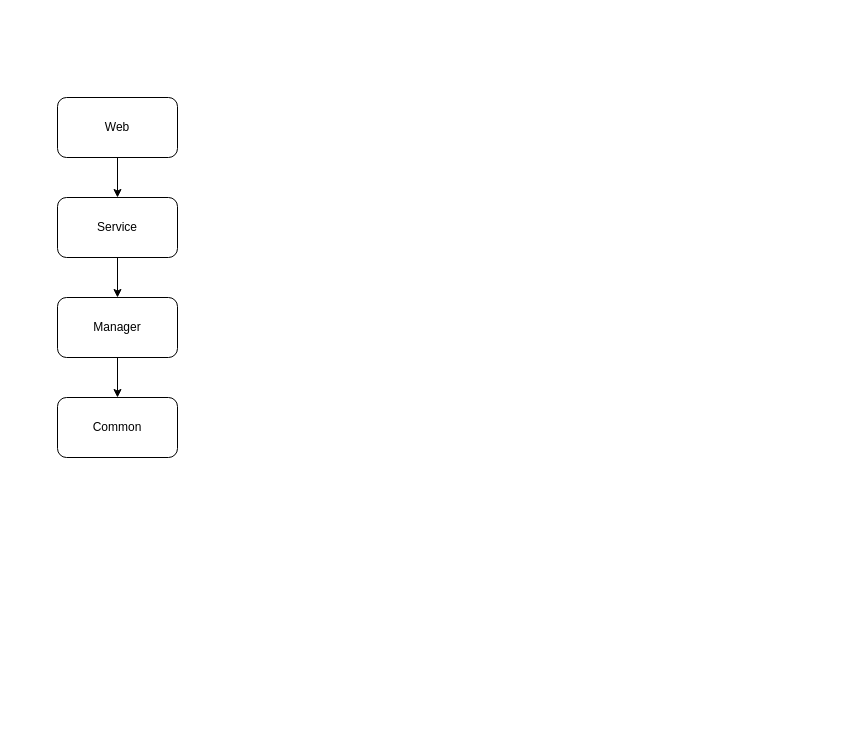
This is extractor.drawio from wangbin2188/draw, a draw.io file, before an edit. Source tidied: cells renumbered, new cells numbered last; positions are measured from the earlier drawing's top-left corner, leaving out a move shared by most shapes. Both pictures are drawn from the tidied source at 100%, with x=0, y=0 at pixel (57, 97).
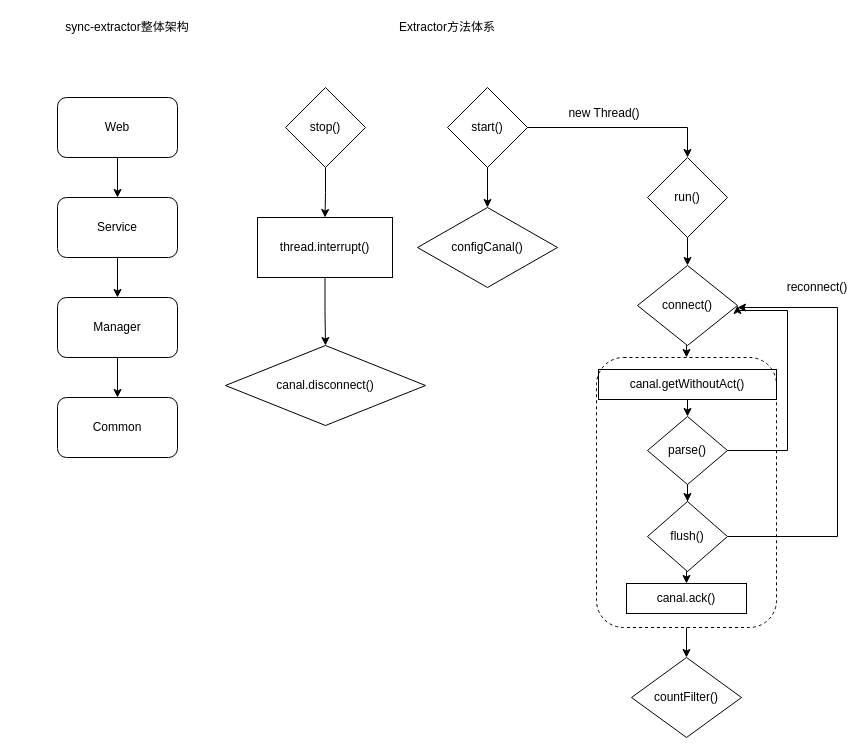
Above is the later version.

Change to the diagram source:
```diff
@@
+    <mxCell id="9" style="edgeStyle=orthogonalEdgeStyle;rounded=0;jettySize=auto;html=1;exitX=0.5;exitY=1;exitDx=0;exitDy=0;entryX=0.5;entryY=0;entryDx=0;entryDy=0;" parent="1" edge="1" source="10" target="29">
+      <mxGeometry relative="1" as="geometry" />
+    </mxCell>
+    <mxCell id="10" value="&lt;span style=&quot;white-space: normal&quot;&gt;&lt;br&gt;&lt;/span&gt;" style="rounded=1;whiteSpace=wrap;html=1;fillColor=none;dashed=1;" parent="1" vertex="1">
+      <mxGeometry x="539" y="260" width="180" height="270" as="geometry" />
+    </mxCell>
@@
+    <mxCell id="11" value="sync-extractor整体架构" style="text;html=1;strokeColor=none;fillColor=none;align=center;verticalAlign=middle;whiteSpace=wrap;rounded=0;" parent="1" vertex="1">
+      <mxGeometry x="-40" y="-80" width="220" height="20" as="geometry" />
+    </mxCell>
+    <mxCell id="12" style="edgeStyle=orthogonalEdgeStyle;rounded=0;jettySize=auto;html=1;entryX=0.5;entryY=0;entryDx=0;entryDy=0;exitX=1;exitY=0.5;exitDx=0;exitDy=0;" parent="1" edge="1" source="14" target="18">
+      <mxGeometry relative="1" as="geometry">
+        <Array as="points">
+          <mxPoint x="630" y="30" />
+        </Array>
+      </mxGeometry>
+    </mxCell>
+    <mxCell id="13" style="edgeStyle=orthogonalEdgeStyle;rounded=0;jettySize=auto;html=1;exitX=0.5;exitY=1;exitDx=0;exitDy=0;entryX=0.5;entryY=0;entryDx=0;entryDy=0;" parent="1" edge="1" source="14" target="16">
+      <mxGeometry relative="1" as="geometry" />
+    </mxCell>
+    <mxCell id="14" value="start()" style="rhombus;whiteSpace=wrap;html=1;" parent="1" vertex="1">
+      <mxGeometry x="390" y="-10" width="80" height="80" as="geometry" />
+    </mxCell>
+    <mxCell id="15" value="Extractor方法体系" style="text;html=1;strokeColor=none;fillColor=none;align=center;verticalAlign=middle;whiteSpace=wrap;rounded=0;" parent="1" vertex="1">
+      <mxGeometry x="315" y="-80" width="150" height="20" as="geometry" />
+    </mxCell>
+    <mxCell id="16" value="configCanal()" style="rhombus;whiteSpace=wrap;html=1;" parent="1" vertex="1">
+      <mxGeometry x="360" y="110" width="140" height="80" as="geometry" />
+    </mxCell>
+    <mxCell id="17" style="edgeStyle=orthogonalEdgeStyle;rounded=0;jettySize=auto;html=1;exitX=0.5;exitY=1;exitDx=0;exitDy=0;entryX=0.5;entryY=0;entryDx=0;entryDy=0;" parent="1" edge="1" source="18" target="20">
+      <mxGeometry relative="1" as="geometry" />
+    </mxCell>
+    <mxCell id="18" value="run()" style="rhombus;whiteSpace=wrap;html=1;" parent="1" vertex="1">
+      <mxGeometry x="590" y="60" width="80" height="80" as="geometry" />
+    </mxCell>
+    <mxCell id="19" style="edgeStyle=orthogonalEdgeStyle;rounded=0;jettySize=auto;html=1;exitX=0.5;exitY=1;exitDx=0;exitDy=0;entryX=0.5;entryY=0;entryDx=0;entryDy=0;" parent="1" edge="1" source="20" target="10">
+      <mxGeometry relative="1" as="geometry" />
+    </mxCell>
+    <mxCell id="20" value="connect()" style="rhombus;whiteSpace=wrap;html=1;" parent="1" vertex="1">
+      <mxGeometry x="580" y="168" width="100" height="80" as="geometry" />
+    </mxCell>
+    <mxCell id="21" style="edgeStyle=orthogonalEdgeStyle;rounded=0;jettySize=auto;html=1;entryX=1;entryY=0.5;entryDx=0;entryDy=0;exitX=1;exitY=0.5;exitDx=0;exitDy=0;" parent="1" edge="1" source="23" target="20">
+      <mxGeometry relative="1" as="geometry">
+        <Array as="points">
+          <mxPoint x="730" y="353" />
+          <mxPoint x="730" y="213" />
+          <mxPoint x="680" y="213" />
+        </Array>
+      </mxGeometry>
+    </mxCell>
+    <mxCell id="22" style="edgeStyle=orthogonalEdgeStyle;rounded=0;jettySize=auto;html=1;entryX=0.5;entryY=0;entryDx=0;entryDy=0;" parent="1" edge="1" source="23" target="26">
+      <mxGeometry relative="1" as="geometry" />
+    </mxCell>
+    <mxCell id="23" value="parse()" style="rhombus;whiteSpace=wrap;html=1;" parent="1" vertex="1">
+      <mxGeometry x="590" y="319" width="80" height="68" as="geometry" />
+    </mxCell>
+    <mxCell id="24" style="edgeStyle=orthogonalEdgeStyle;rounded=0;jettySize=auto;html=1;exitX=1;exitY=0.5;exitDx=0;exitDy=0;" parent="1" edge="1" source="26">
+      <mxGeometry relative="1" as="geometry">
+        <mxPoint x="680" y="210" as="targetPoint" />
+        <Array as="points">
+          <mxPoint x="780" y="439" />
+          <mxPoint x="780" y="210" />
+        </Array>
+      </mxGeometry>
+    </mxCell>
+    <mxCell id="25" style="edgeStyle=orthogonalEdgeStyle;rounded=0;jettySize=auto;html=1;exitX=0.5;exitY=1;exitDx=0;exitDy=0;entryX=0.5;entryY=0;entryDx=0;entryDy=0;" parent="1" edge="1" source="26" target="35">
+      <mxGeometry relative="1" as="geometry" />
+    </mxCell>
+    <mxCell id="26" value="flush()" style="rhombus;whiteSpace=wrap;html=1;" parent="1" vertex="1">
+      <mxGeometry x="590" y="404" width="80" height="70" as="geometry" />
+    </mxCell>
+    <mxCell id="27" value="new Thread()" style="text;html=1;strokeColor=none;fillColor=none;align=center;verticalAlign=middle;whiteSpace=wrap;rounded=0;" parent="1" vertex="1">
+      <mxGeometry x="492" y="6" width="110" height="20" as="geometry" />
+    </mxCell>
+    <mxCell id="28" value="reconnect()" style="text;html=1;strokeColor=none;fillColor=none;align=center;verticalAlign=middle;whiteSpace=wrap;rounded=0;" parent="1" vertex="1">
+      <mxGeometry x="740" y="180" width="40" height="20" as="geometry" />
+    </mxCell>
+    <mxCell id="29" value="countFilter()" style="rhombus;whiteSpace=wrap;html=1;" parent="1" vertex="1">
+      <mxGeometry x="574" y="560" width="110" height="80" as="geometry" />
+    </mxCell>
+    <mxCell id="30" style="edgeStyle=orthogonalEdgeStyle;rounded=0;jettySize=auto;html=1;entryX=0.5;entryY=0;entryDx=0;entryDy=0;" parent="1" edge="1" source="31" target="33">
+      <mxGeometry relative="1" as="geometry" />
+    </mxCell>
+    <mxCell id="31" value="stop()" style="rhombus;whiteSpace=wrap;html=1;" parent="1" vertex="1">
+      <mxGeometry x="228" y="-10" width="80" height="80" as="geometry" />
+    </mxCell>
+    <mxCell id="32" style="edgeStyle=orthogonalEdgeStyle;rounded=0;jettySize=auto;html=1;entryX=0.5;entryY=0;entryDx=0;entryDy=0;" parent="1" edge="1" source="33" target="34">
+      <mxGeometry relative="1" as="geometry" />
+    </mxCell>
+    <mxCell id="33" value="thread.interrupt()" style="rounded=0;whiteSpace=wrap;html=1;fillColor=none;" parent="1" vertex="1">
+      <mxGeometry x="200" y="120" width="135" height="60" as="geometry" />
+    </mxCell>
+    <mxCell id="34" value="canal.disconnect()" style="rhombus;whiteSpace=wrap;html=1;fillColor=none;" parent="1" vertex="1">
+      <mxGeometry x="168" y="248" width="200" height="80" as="geometry" />
+    </mxCell>
+    <mxCell id="35" value="&lt;span style=&quot;white-space: normal&quot;&gt;canal.ack()&lt;/span&gt;" style="rounded=0;whiteSpace=wrap;html=1;fillColor=none;" parent="1" vertex="1">
+      <mxGeometry x="569" y="486" width="120" height="30" as="geometry" />
+    </mxCell>
+    <mxCell id="36" style="edgeStyle=orthogonalEdgeStyle;rounded=0;jettySize=auto;html=1;exitX=0.5;exitY=1;exitDx=0;exitDy=0;entryX=0.5;entryY=0;entryDx=0;entryDy=0;" parent="1" edge="1" source="37" target="23">
+      <mxGeometry relative="1" as="geometry" />
+    </mxCell>
+    <mxCell id="37" value="canal.getWithoutAct()" style="rounded=0;whiteSpace=wrap;html=1;fillColor=none;" parent="1" vertex="1">
+      <mxGeometry x="541" y="272" width="178" height="30" as="geometry" />
+    </mxCell>
```
